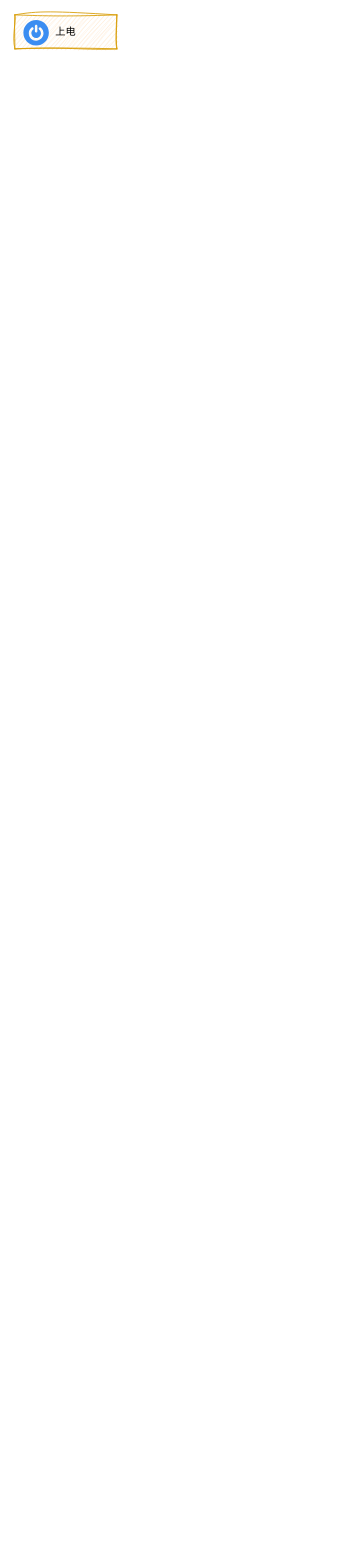
The draw.io diagram liteos_a 大图.drawio in cuijpus/liteos, before the edit. Source tidied: cells renumbered, new cells numbered last; positions are measured from the earlier drawing's top-left corner, leaving out a move shared by most shapes. Both pictures are drawn from the tidied source at 85%, with x=0, y=0 at pixel (14, 14).
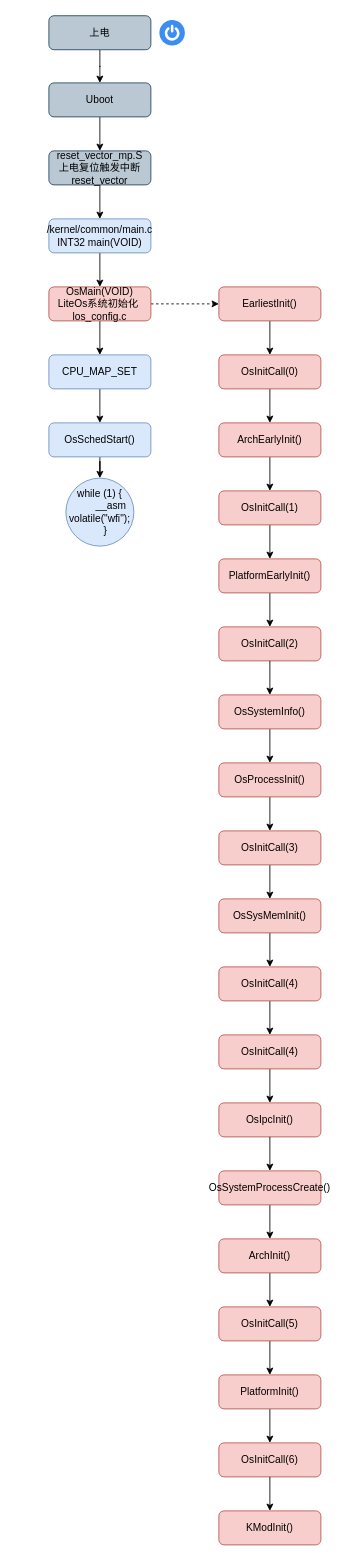
The same page after the edit.

What changed in the source:
```diff
@@
+    <mxCell id="4" style="edgeStyle=orthogonalEdgeStyle;rounded=0;jettySize=auto;html=1;" parent="1" edge="1" source="2" target="6">
+      <mxGeometry relative="1" as="geometry" />
+    </mxCell>
-    <mxCell id="2" value="上电" style="rounded=0;whiteSpace=wrap;html=1;fillColor=#ffe6cc;strokeColor=#d79b00;sketch=1;curveFitting=1;jiggle=2;" parent="1" vertex="1">
-      <mxGeometry width="120" height="40" as="geometry" />
+    <mxCell id="2" value="上电" style="rounded=1;whiteSpace=wrap;html=1;fillColor=#bac8d3;strokeColor=#23445d;shadow=0;glass=0;" parent="1" vertex="1">
+      <mxGeometry x="40" y="1" width="120" height="40" as="geometry" />
     </mxCell>
     <mxCell id="3" style="sketch=0;html=1;strokeColor=none;shadow=0;fillColor=#3B8DF1;verticalAlign=top;labelPosition=center;verticalLabelPosition=bottom;shape=mxgraph.gcp2.a7_power;" parent="1" vertex="1">
-      <mxGeometry x="10" y="6" width="30" height="30" as="geometry" />
+      <mxGeometry x="170" y="6" width="30" height="30" as="geometry" />
     </mxCell>
+    <mxCell id="5" style="edgeStyle=orthogonalEdgeStyle;rounded=0;jettySize=auto;html=1;" parent="1" edge="1" source="6" target="8">
+      <mxGeometry relative="1" as="geometry" />
+    </mxCell>
+    <mxCell id="6" value="Uboot" style="rounded=1;whiteSpace=wrap;html=1;fillColor=#bac8d3;strokeColor=#23445d;" parent="1" vertex="1">
+      <mxGeometry x="40" y="80" width="120" height="40" as="geometry" />
+    </mxCell>
+    <mxCell id="7" style="edgeStyle=orthogonalEdgeStyle;rounded=0;jettySize=auto;html=1;" parent="1" edge="1" source="8" target="10">
+      <mxGeometry relative="1" as="geometry" />
+    </mxCell>
+    <mxCell id="8" value="reset_vector_mp.S&lt;br&gt;上电复位触发中断&lt;br&gt;reset_vector" style="rounded=1;whiteSpace=wrap;html=1;fillColor=#bac8d3;strokeColor=#23445d;" parent="1" vertex="1">
+      <mxGeometry x="40" y="160" width="120" height="40" as="geometry" />
+    </mxCell>
+    <mxCell id="9" style="edgeStyle=orthogonalEdgeStyle;rounded=0;jettySize=auto;html=1;" parent="1" edge="1" source="10" target="13">
+      <mxGeometry relative="1" as="geometry" />
+    </mxCell>
+    <mxCell id="10" value="/kernel/common/main.c&lt;br&gt;INT32 main(VOID)" style="rounded=1;whiteSpace=wrap;html=1;fillColor=#dae8fc;strokeColor=#6c8ebf;" parent="1" vertex="1">
+      <mxGeometry x="40" y="240" width="120" height="40" as="geometry" />
+    </mxCell>
+    <mxCell id="11" style="edgeStyle=orthogonalEdgeStyle;rounded=0;jettySize=auto;html=1;" parent="1" edge="1" source="13" target="15">
+      <mxGeometry relative="1" as="geometry" />
+    </mxCell>
+    <mxCell id="12" style="edgeStyle=orthogonalEdgeStyle;rounded=0;jettySize=auto;html=1;dashed=1;" parent="1" edge="1" source="13" target="20">
+      <mxGeometry relative="1" as="geometry" />
+    </mxCell>
+    <mxCell id="13" value="OsMain(VOID)&lt;br&gt;LiteOs系统初始化&amp;nbsp;&lt;br&gt;los_config.c" style="whiteSpace=wrap;html=1;fillColor=#f8cecc;strokeColor=#b85450;rounded=1;" parent="1" vertex="1">
+      <mxGeometry x="40" y="320" width="120" height="40" as="geometry" />
+    </mxCell>
+    <mxCell id="14" style="edgeStyle=orthogonalEdgeStyle;rounded=0;jettySize=auto;html=1;" parent="1" edge="1" source="15" target="17">
+      <mxGeometry relative="1" as="geometry" />
+    </mxCell>
+    <mxCell id="15" value="CPU_MAP_SET" style="whiteSpace=wrap;html=1;fillColor=#dae8fc;strokeColor=#6c8ebf;rounded=1;" parent="1" vertex="1">
+      <mxGeometry x="40" y="400" width="120" height="40" as="geometry" />
+    </mxCell>
+    <mxCell id="16" style="edgeStyle=orthogonalEdgeStyle;rounded=0;jettySize=auto;html=1;" parent="1" edge="1" source="17" target="18">
+      <mxGeometry relative="1" as="geometry" />
+    </mxCell>
+    <mxCell id="17" value="OsSchedStart()" style="whiteSpace=wrap;html=1;fillColor=#dae8fc;strokeColor=#6c8ebf;rounded=1;" parent="1" vertex="1">
+      <mxGeometry x="40" y="480" width="120" height="40" as="geometry" />
+    </mxCell>
+    <mxCell id="18" value="&lt;div&gt;while (1) {&lt;/div&gt;&lt;div&gt;&amp;nbsp; &amp;nbsp; &amp;nbsp; &amp;nbsp; __asm volatile(&quot;wfi&quot;);&lt;/div&gt;&lt;div&gt;&amp;nbsp; &amp;nbsp; }&lt;/div&gt;" style="ellipse;whiteSpace=wrap;html=1;fillColor=#dae8fc;strokeColor=#6c8ebf;rounded=0;" parent="1" vertex="1">
+      <mxGeometry x="60" y="545" width="80" height="80" as="geometry" />
+    </mxCell>
+    <mxCell id="19" style="edgeStyle=orthogonalEdgeStyle;rounded=0;jettySize=auto;html=1;" parent="1" edge="1" source="20" target="22">
+      <mxGeometry relative="1" as="geometry" />
+    </mxCell>
+    <mxCell id="20" value="EarliestInit()" style="whiteSpace=wrap;html=1;fillColor=#f8cecc;strokeColor=#b85450;rounded=1;" parent="1" vertex="1">
+      <mxGeometry x="240" y="320" width="120" height="40" as="geometry" />
+    </mxCell>
+    <mxCell id="21" style="edgeStyle=orthogonalEdgeStyle;rounded=0;jettySize=auto;html=1;" parent="1" edge="1" source="22" target="24">
+      <mxGeometry relative="1" as="geometry" />
+    </mxCell>
+    <mxCell id="22" value="OsInitCall(0)" style="whiteSpace=wrap;html=1;fillColor=#f8cecc;strokeColor=#b85450;rounded=1;" parent="1" vertex="1">
+      <mxGeometry x="240" y="400" width="120" height="40" as="geometry" />
+    </mxCell>
+    <mxCell id="23" style="edgeStyle=orthogonalEdgeStyle;rounded=0;jettySize=auto;html=1;" parent="1" edge="1" source="24" target="26">
+      <mxGeometry relative="1" as="geometry" />
+    </mxCell>
+    <mxCell id="24" value="ArchEarlyInit()" style="whiteSpace=wrap;html=1;fillColor=#f8cecc;strokeColor=#b85450;rounded=1;" parent="1" vertex="1">
+      <mxGeometry x="240" y="480" width="120" height="40" as="geometry" />
+    </mxCell>
+    <mxCell id="25" style="edgeStyle=orthogonalEdgeStyle;rounded=0;jettySize=auto;html=1;" parent="1" edge="1" source="26" target="28">
+      <mxGeometry relative="1" as="geometry" />
+    </mxCell>
+    <mxCell id="26" value="OsInitCall(1)" style="whiteSpace=wrap;html=1;fillColor=#f8cecc;strokeColor=#b85450;rounded=1;" parent="1" vertex="1">
+      <mxGeometry x="240" y="560" width="120" height="40" as="geometry" />
+    </mxCell>
+    <mxCell id="27" style="edgeStyle=orthogonalEdgeStyle;rounded=0;jettySize=auto;html=1;" parent="1" edge="1" source="28" target="29">
+      <mxGeometry relative="1" as="geometry" />
+    </mxCell>
+    <mxCell id="28" value="PlatformEarlyInit()" style="whiteSpace=wrap;html=1;fillColor=#f8cecc;strokeColor=#b85450;rounded=1;" parent="1" vertex="1">
+      <mxGeometry x="240" y="640" width="120" height="40" as="geometry" />
+    </mxCell>
+    <mxCell id="29" value="OsInitCall(2)" style="whiteSpace=wrap;html=1;fillColor=#f8cecc;strokeColor=#b85450;rounded=1;" parent="1" vertex="1">
+      <mxGeometry x="240" y="720" width="120" height="40" as="geometry" />
+    </mxCell>
+    <mxCell id="30" style="edgeStyle=orthogonalEdgeStyle;rounded=0;jettySize=auto;html=1;" parent="1" edge="1" source="29" target="32">
+      <mxGeometry relative="1" as="geometry" />
+    </mxCell>
+    <mxCell id="31" style="edgeStyle=orthogonalEdgeStyle;rounded=0;jettySize=auto;html=1;" parent="1" edge="1" source="32" target="34">
+      <mxGeometry relative="1" as="geometry" />
+    </mxCell>
+    <mxCell id="32" value="OsSystemInfo()" style="whiteSpace=wrap;html=1;fillColor=#f8cecc;strokeColor=#b85450;rounded=1;" parent="1" vertex="1">
+      <mxGeometry x="240" y="800" width="120" height="40" as="geometry" />
+    </mxCell>
+    <mxCell id="33" style="edgeStyle=orthogonalEdgeStyle;rounded=0;jettySize=auto;html=1;" parent="1" edge="1" source="34" target="36">
+      <mxGeometry relative="1" as="geometry" />
+    </mxCell>
+    <mxCell id="34" value="OsProcessInit()" style="whiteSpace=wrap;html=1;fillColor=#f8cecc;strokeColor=#b85450;rounded=1;" parent="1" vertex="1">
+      <mxGeometry x="240" y="880" width="120" height="40" as="geometry" />
+    </mxCell>
+    <mxCell id="35" style="edgeStyle=orthogonalEdgeStyle;rounded=0;jettySize=auto;html=1;" parent="1" edge="1" source="36" target="38">
+      <mxGeometry relative="1" as="geometry" />
+    </mxCell>
+    <mxCell id="36" value="OsInitCall(3)" style="whiteSpace=wrap;html=1;fillColor=#f8cecc;strokeColor=#b85450;rounded=1;" parent="1" vertex="1">
+      <mxGeometry x="240" y="960" width="120" height="40" as="geometry" />
+    </mxCell>
+    <mxCell id="37" style="edgeStyle=orthogonalEdgeStyle;rounded=0;jettySize=auto;html=1;" parent="1" edge="1" source="38" target="40">
+      <mxGeometry relative="1" as="geometry" />
+    </mxCell>
+    <mxCell id="38" value="OsSysMemInit()" style="whiteSpace=wrap;html=1;fillColor=#f8cecc;strokeColor=#b85450;rounded=1;" parent="1" vertex="1">
+      <mxGeometry x="240" y="1040" width="120" height="40" as="geometry" />
+    </mxCell>
+    <mxCell id="39" style="edgeStyle=orthogonalEdgeStyle;rounded=0;jettySize=auto;html=1;" parent="1" edge="1" source="40" target="42">
+      <mxGeometry relative="1" as="geometry" />
+    </mxCell>
+    <mxCell id="40" value="OsInitCall(4)" style="whiteSpace=wrap;html=1;fillColor=#f8cecc;strokeColor=#b85450;rounded=1;" parent="1" vertex="1">
+      <mxGeometry x="240" y="1120" width="120" height="40" as="geometry" />
+    </mxCell>
+    <mxCell id="41" style="edgeStyle=orthogonalEdgeStyle;rounded=0;jettySize=auto;html=1;" parent="1" edge="1" source="42" target="43">
+      <mxGeometry relative="1" as="geometry" />
+    </mxCell>
+    <mxCell id="42" value="OsInitCall(4)" style="whiteSpace=wrap;html=1;fillColor=#f8cecc;strokeColor=#b85450;rounded=1;" parent="1" vertex="1">
+      <mxGeometry x="240" y="1200" width="120" height="40" as="geometry" />
+    </mxCell>
+    <mxCell id="43" value="OsIpcInit()" style="whiteSpace=wrap;html=1;fillColor=#f8cecc;strokeColor=#b85450;rounded=1;" parent="1" vertex="1">
+      <mxGeometry x="240" y="1280" width="120" height="40" as="geometry" />
+    </mxCell>
+    <mxCell id="44" style="edgeStyle=orthogonalEdgeStyle;rounded=0;jettySize=auto;html=1;exitX=0.5;exitY=1;exitDx=0;exitDy=0;" parent="1" edge="1" source="43" target="46">
+      <mxGeometry relative="1" as="geometry" />
+    </mxCell>
+    <mxCell id="45" style="edgeStyle=orthogonalEdgeStyle;rounded=0;jettySize=auto;html=1;" parent="1" edge="1" source="46" target="48">
+      <mxGeometry relative="1" as="geometry" />
+    </mxCell>
+    <mxCell id="46" value="OsSystemProcessCreate()" style="whiteSpace=wrap;html=1;fillColor=#f8cecc;strokeColor=#b85450;rounded=1;" parent="1" vertex="1">
+      <mxGeometry x="240" y="1360" width="120" height="40" as="geometry" />
+    </mxCell>
+    <mxCell id="47" style="edgeStyle=orthogonalEdgeStyle;rounded=0;jettySize=auto;html=1;" parent="1" edge="1" source="48" target="50">
+      <mxGeometry relative="1" as="geometry" />
+    </mxCell>
+    <mxCell id="48" value="ArchInit()" style="whiteSpace=wrap;html=1;fillColor=#f8cecc;strokeColor=#b85450;rounded=1;" parent="1" vertex="1">
+      <mxGeometry x="240" y="1440" width="120" height="40" as="geometry" />
+    </mxCell>
+    <mxCell id="49" style="edgeStyle=orthogonalEdgeStyle;rounded=0;jettySize=auto;html=1;" parent="1" edge="1" source="50" target="52">
+      <mxGeometry relative="1" as="geometry" />
+    </mxCell>
+    <mxCell id="50" value="OsInitCall(5)" style="whiteSpace=wrap;html=1;fillColor=#f8cecc;strokeColor=#b85450;rounded=1;" parent="1" vertex="1">
+      <mxGeometry x="240" y="1520" width="120" height="40" as="geometry" />
+    </mxCell>
+    <mxCell id="51" style="edgeStyle=orthogonalEdgeStyle;rounded=0;jettySize=auto;html=1;" parent="1" edge="1" source="52" target="53">
+      <mxGeometry relative="1" as="geometry" />
+    </mxCell>
+    <mxCell id="52" value="PlatformInit()" style="whiteSpace=wrap;html=1;fillColor=#f8cecc;strokeColor=#b85450;rounded=1;" parent="1" vertex="1">
+      <mxGeometry x="240" y="1600" width="120" height="40" as="geometry" />
+    </mxCell>
+    <mxCell id="53" value="OsInitCall(6)" style="whiteSpace=wrap;html=1;fillColor=#f8cecc;strokeColor=#b85450;rounded=1;" parent="1" vertex="1">
+      <mxGeometry x="240" y="1680" width="120" height="40" as="geometry" />
+    </mxCell>
+    <mxCell id="54" style="edgeStyle=orthogonalEdgeStyle;rounded=0;jettySize=auto;html=1;exitX=0.5;exitY=1;exitDx=0;exitDy=0;" parent="1" edge="1" source="53" target="55">
+      <mxGeometry relative="1" as="geometry" />
+    </mxCell>
+    <mxCell id="55" value="KModInit()" style="whiteSpace=wrap;html=1;fillColor=#f8cecc;strokeColor=#b85450;rounded=1;" parent="1" vertex="1">
+      <mxGeometry x="240" y="1760" width="120" height="40" as="geometry" />
+    </mxCell>
```
